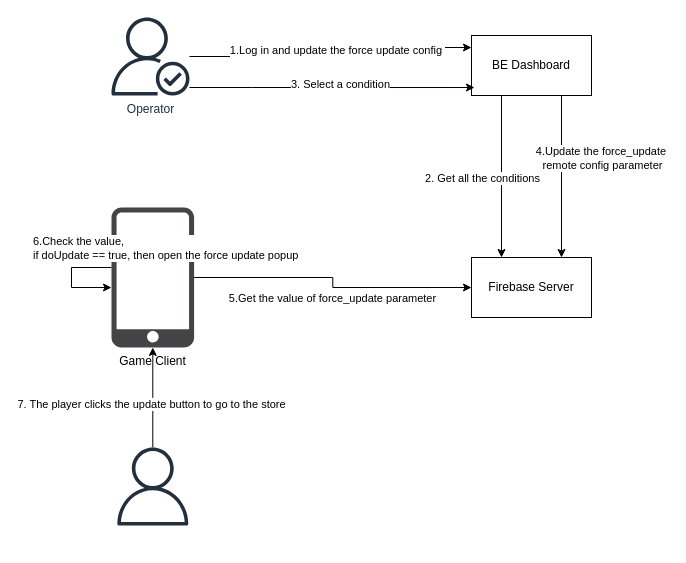
yaohuiwu/SimpleFS keeps this draw.io diagram as Force Update.drawio. Above is the earlier version. Source tidied: cells renumbered, new cells numbered last; positions are measured from the earlier drawing's top-left corner, leaving out a move shared by most shapes. Both pictures are drawn from the tidied source at 100%, with x=0, y=0 at pixel (71, 17).
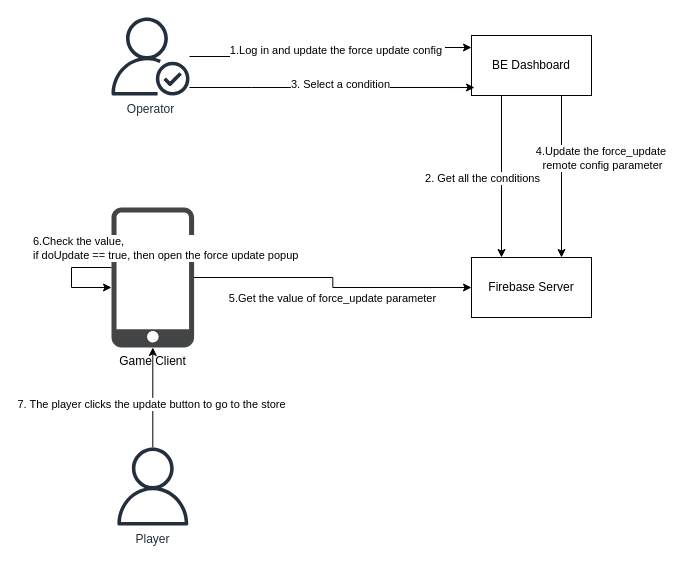
The same page after the edit.

What changed in the source:
```diff
@@
-    <mxCell id="18" style="sketch=0;outlineConnect=0;fontColor=#232F3E;gradientColor=none;fillColor=#232F3D;strokeColor=none;dashed=0;verticalLabelPosition=bottom;verticalAlign=top;align=center;html=1;fontSize=12;fontStyle=0;shape=mxgraph.aws4.user;" parent="1" vertex="1">
+    <mxCell id="18" value="Player" style="sketch=0;outlineConnect=0;fontColor=#232F3E;gradientColor=none;fillColor=#232F3D;strokeColor=none;dashed=0;verticalLabelPosition=bottom;verticalAlign=top;align=center;html=1;fontSize=12;fontStyle=0;shape=mxgraph.aws4.user;" parent="1" vertex="1">
       <mxGeometry x="42.3" y="430" width="78" height="78" as="geometry" />
     </mxCell>
```
